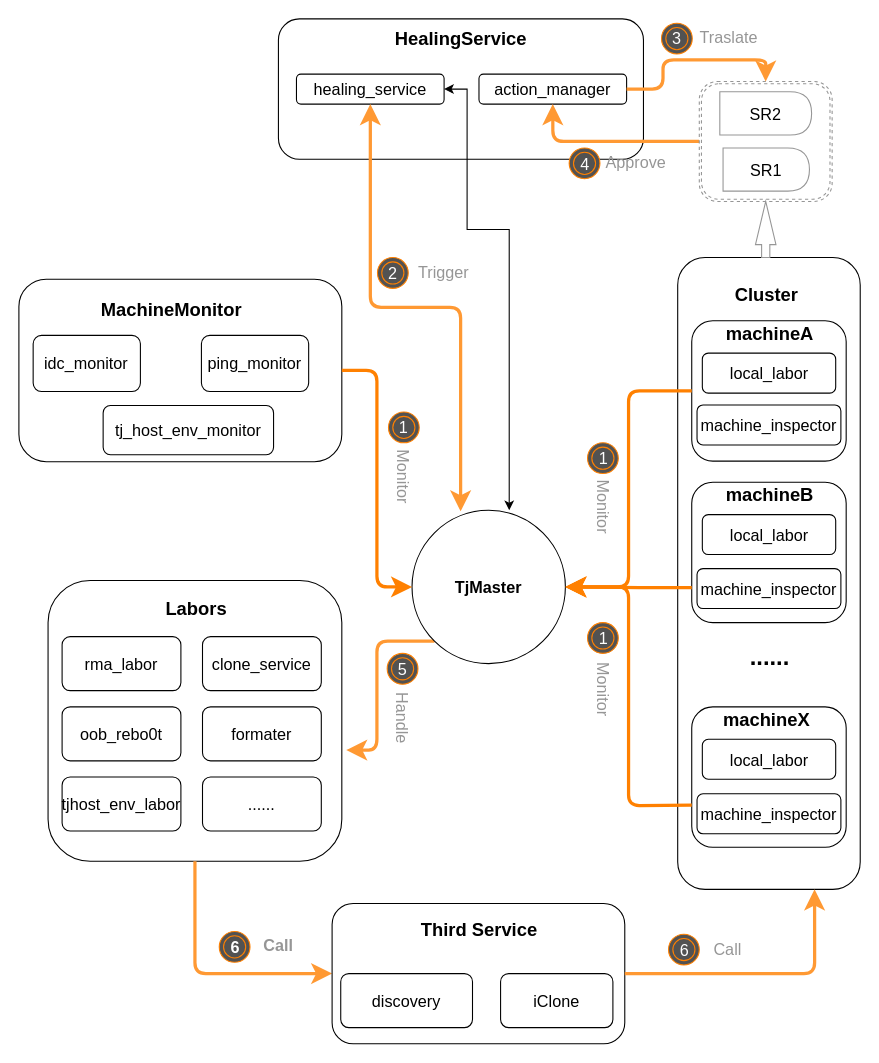
The draw.io diagram Untitled Diagram.drawio in HellenWang/12, before the edit. Source tidied: cells renumbered, new cells numbered last; positions are measured from the earlier drawing's top-left corner, leaving out a move shared by most shapes. Both pictures are drawn from the tidied source at 108%, with x=0, y=0 at pixel (18, 18).
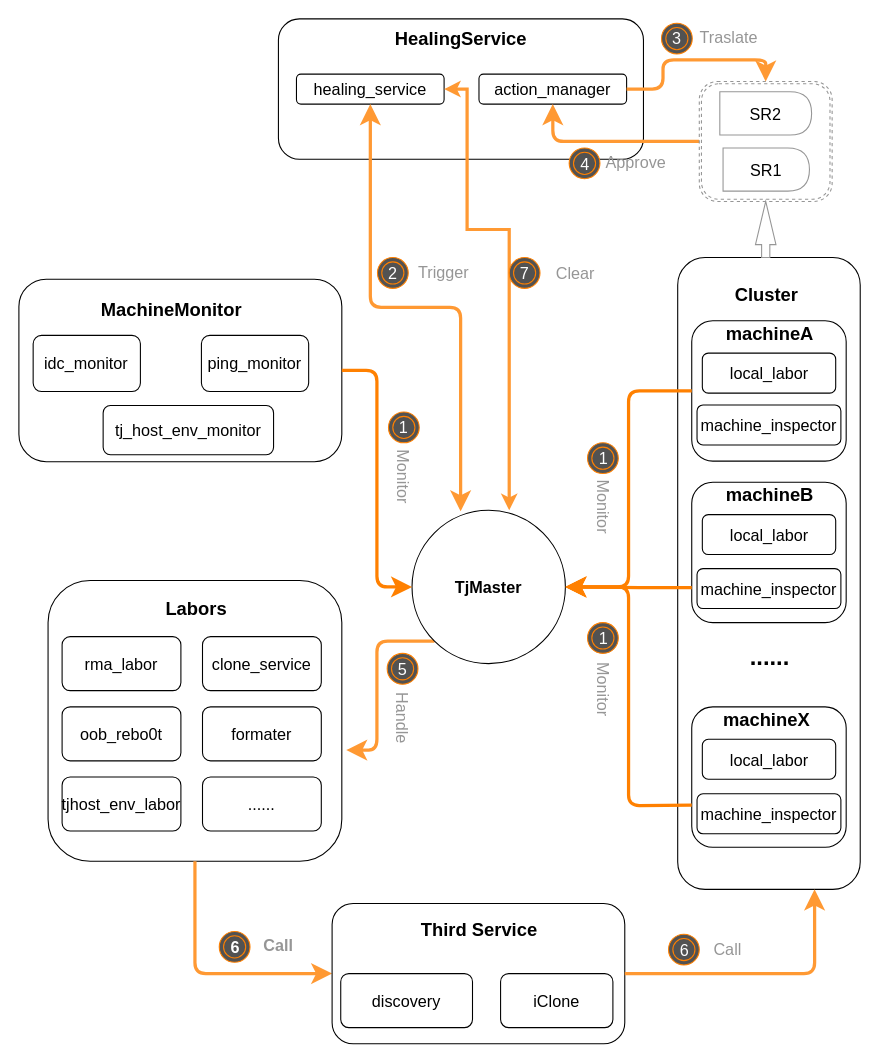
Above is the later version.

The change refers to these unchanged cells:
```xml
<mxCell id="4" value="healing_service" style="rounded=1;whiteSpace=wrap;html=1;fontSize=15;" parent="2" vertex="1">
  <mxGeometry y="51.1" width="136.7" height="27.8" as="geometry" />
</mxCell>
```

The edit, as a diff of the source:
```diff
@@
-    <mxCell id="76" style="edgeStyle=orthogonalEdgeStyle;rounded=0;jettySize=auto;html=1;exitX=1;exitY=0.5;exitDx=0;exitDy=0;startArrow=classic;startFill=1;" parent="1" edge="1" source="4">
+    <mxCell id="76" style="edgeStyle=orthogonalEdgeStyle;rounded=0;jettySize=auto;html=1;exitX=1;exitY=0.5;exitDx=0;exitDy=0;startArrow=classic;startFill=1;strokeWidth=3;strokeColor=#FF9933;" parent="1" edge="1" source="4">
       <mxGeometry relative="1" as="geometry">
         <mxPoint x="454" y="455" as="targetPoint" />
         <Array as="points">
           <mxPoint x="415" y="65" />
           <mxPoint x="415" y="195" />
           <mxPoint x="454" y="195" />
         </Array>
       </mxGeometry>
     </mxCell>
+    <mxCell id="77" value="Clear" style="text;html=1;align=center;verticalAlign=middle;fillColor=none;strokeColor=none;rounded=0;fontSize=15;fontColor=#969696;rotation=0;" parent="1" vertex="1">
+      <mxGeometry x="482.5" y="215" width="65" height="39" as="geometry" />
+    </mxCell>
+    <mxCell id="78" value="7" style="ellipse;shape=doubleEllipse;whiteSpace=wrap;html=1;fontSize=15;strokeColor=#FF8000;fillColor=#525252;fontColor=#FFFFFF;" parent="1" vertex="1">
+      <mxGeometry x="454" y="221" width="28.5" height="28.5" as="geometry" />
+    </mxCell>
```
